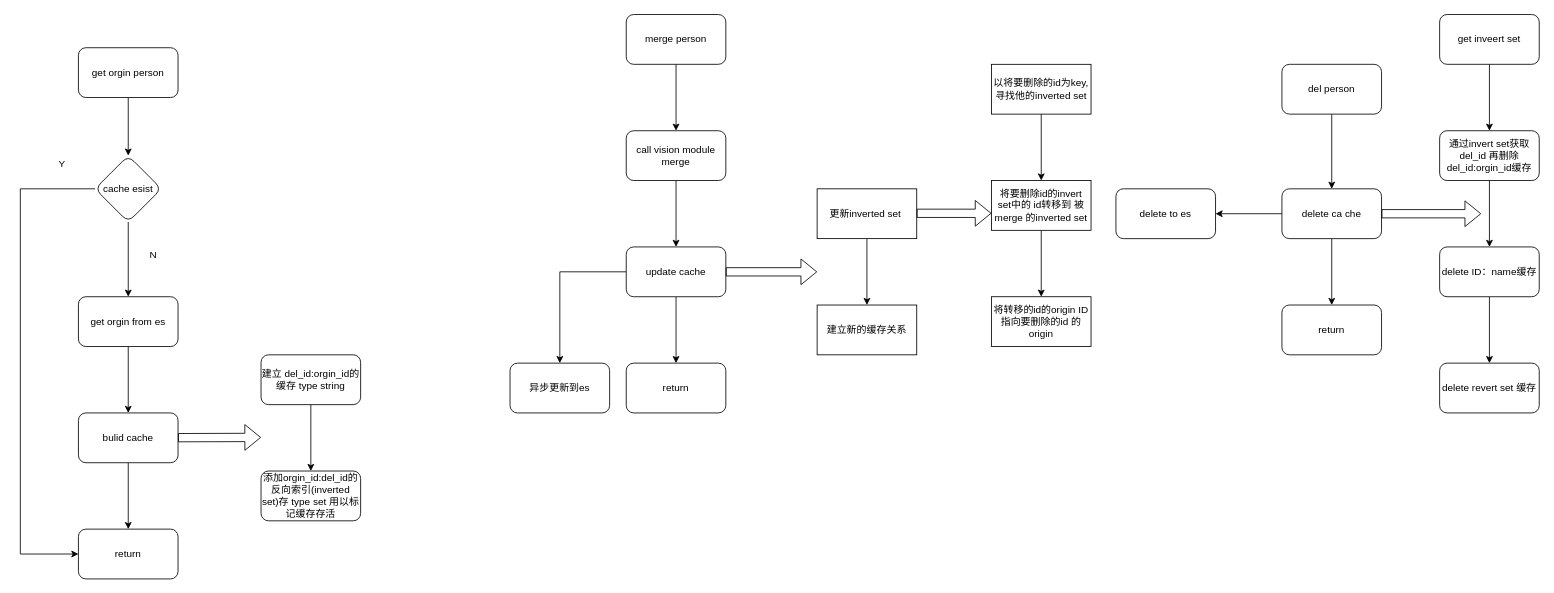
Earlier version of the draw.io diagram personcache.drawio (yueyangtian/draw). Source tidied: cells renumbered, new cells numbered last; positions are measured from the earlier drawing's top-left corner, leaving out a move shared by most shapes. Both pictures are drawn from the tidied source at 83%, with x=0, y=0 at pixel (20, 14).
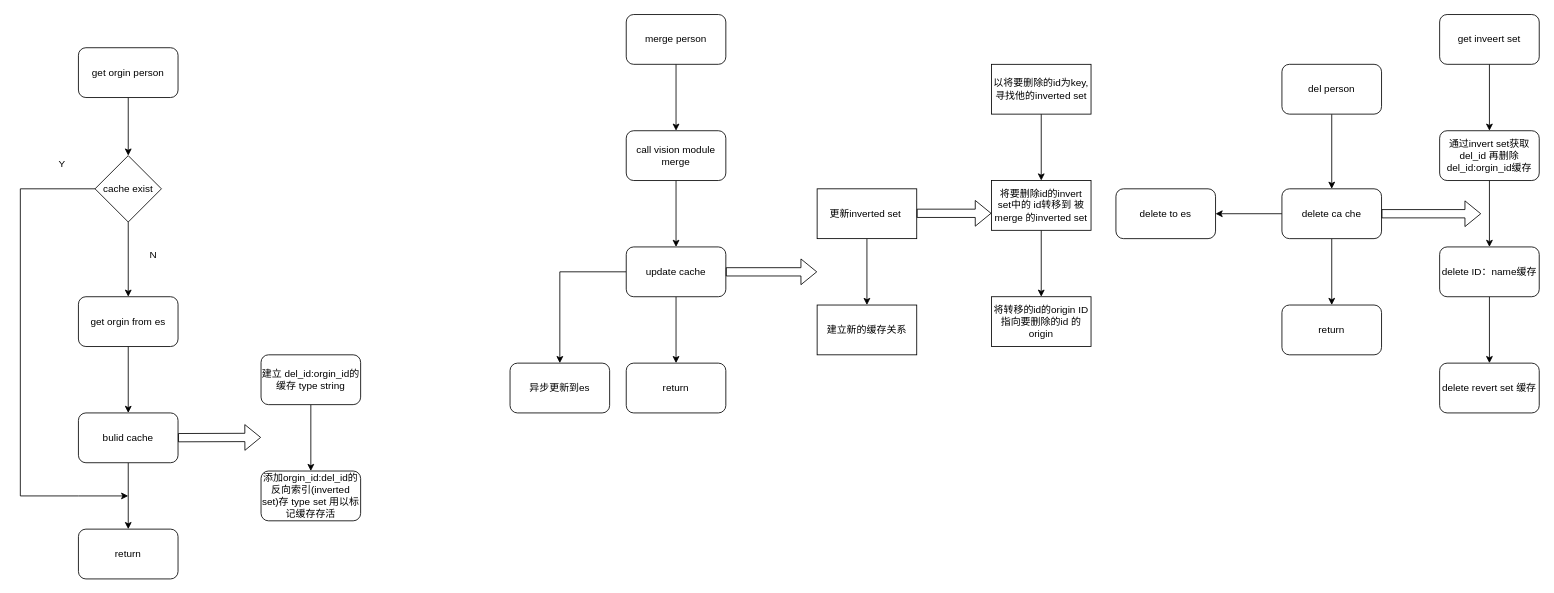
The same diagram, later.

The change refers to these unchanged cells:
```xml
<mxCell id="16" value="return" style="whiteSpace=wrap;html=1;rounded=1;" parent="1" vertex="1">
  <mxGeometry x="70" y="620" width="120" height="60" as="geometry" />
</mxCell>
```

The edit, as a diff of the source:
```diff
@@
-    <mxCell id="5" style="edgeStyle=orthogonalEdgeStyle;rounded=0;jettySize=auto;html=1;exitX=0;exitY=0.5;exitDx=0;exitDy=0;entryX=0;entryY=0.5;entryDx=0;entryDy=0;" parent="1" edge="1" source="6" target="16">
+    <mxCell id="5" style="edgeStyle=orthogonalEdgeStyle;rounded=0;jettySize=auto;html=1;exitX=0;exitY=0.5;exitDx=0;exitDy=0;" parent="1" edge="1" source="6">
       <mxGeometry relative="1" as="geometry">
+        <mxPoint x="130" y="580" as="targetPoint" />
         <Array as="points">
           <mxPoint y="210" />
-          <mxPoint y="650" />
+          <mxPoint y="580" />
+          <mxPoint x="70" y="580" />
         </Array>
       </mxGeometry>
     </mxCell>
-    <mxCell id="6" value="cache esist" style="rhombus;whiteSpace=wrap;html=1;rounded=1;" parent="1" vertex="1">
+    <mxCell id="6" value="cache exist" style="rhombus;whiteSpace=wrap;html=1;rounded=0;" parent="1" vertex="1">
       <mxGeometry x="90" y="170" width="80" height="80" as="geometry" />
     </mxCell>
```
